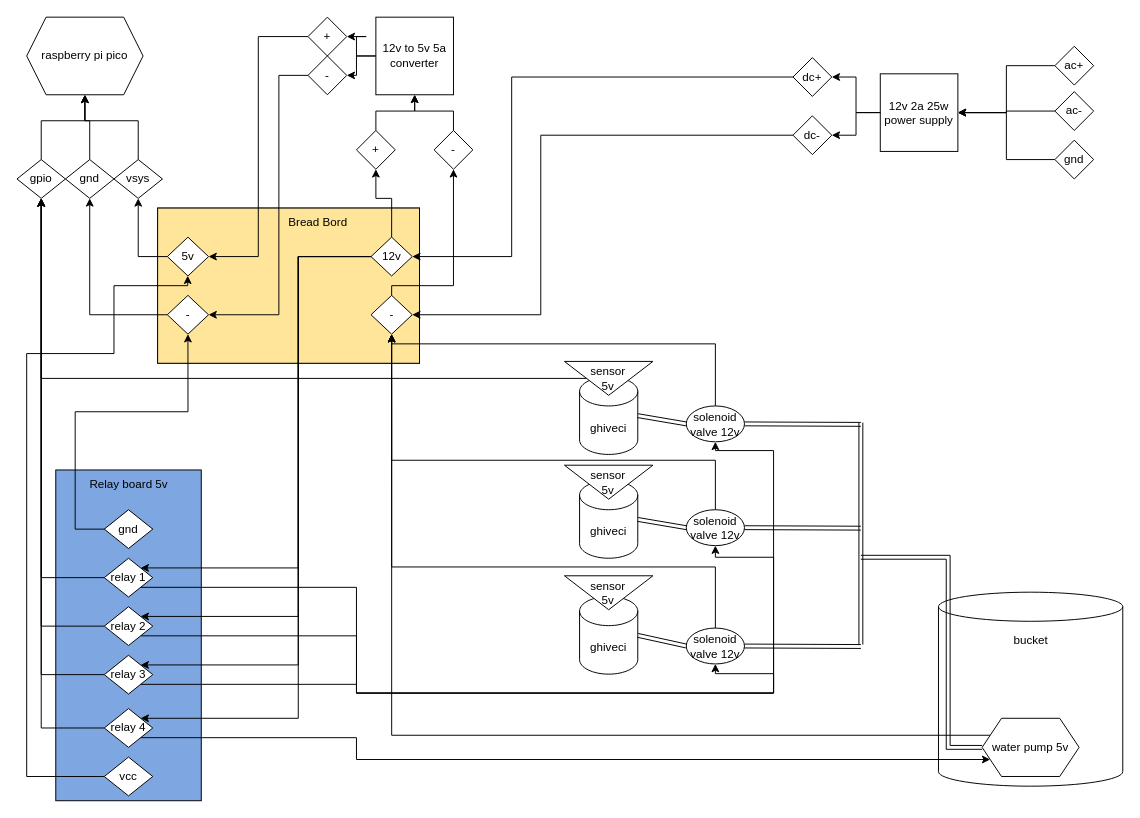
The draw.io diagram doc/diagram.drawio in floryn08/rpi-pico-watering-system, before the edit. Source tidied: cells renumbered, new cells numbered last; positions are measured from the earlier drawing's top-left corner, leaving out a move shared by most shapes. Both pictures are drawn from the tidied source at 97%, with x=0, y=0 at pixel (16, 16).
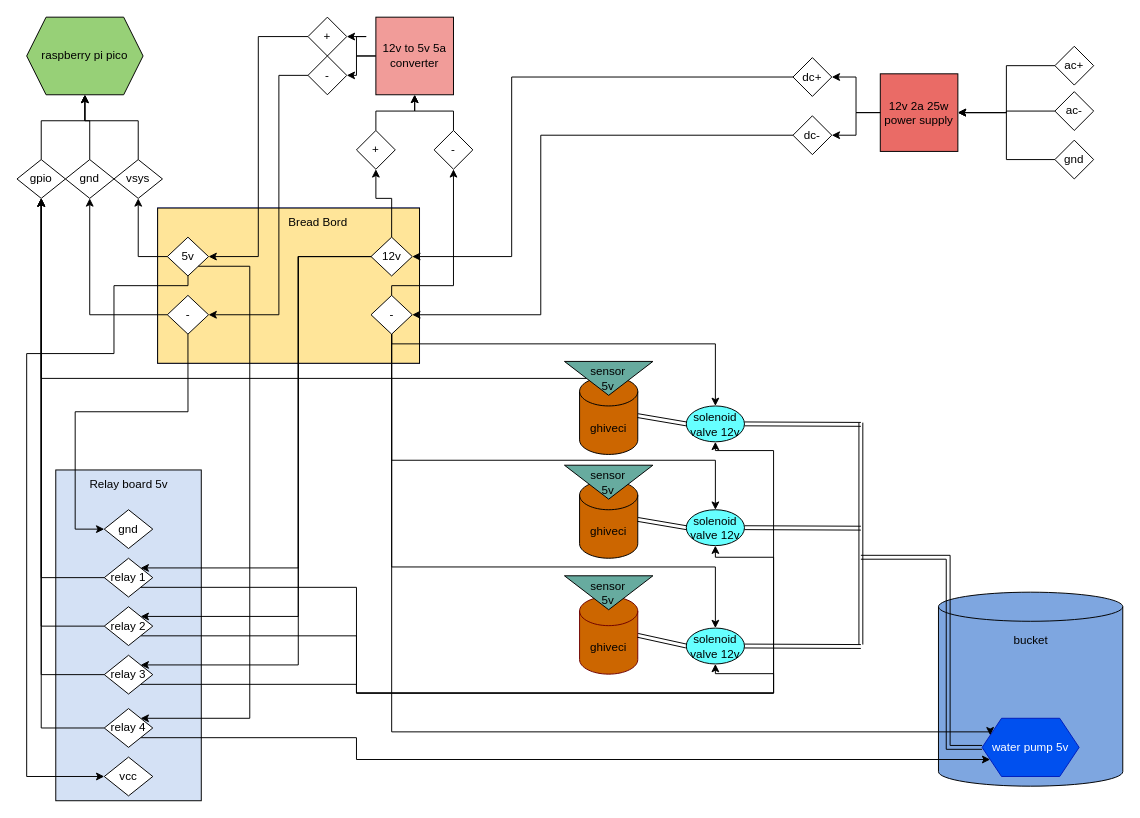
Above is the later version.

The change refers to these unchanged cells:
```xml
<mxCell id="5" value="5v" style="rhombus;whiteSpace=wrap;html=1;" parent="2" vertex="1">
  <mxGeometry x="10" y="30" width="42.5" height="40" as="geometry" />
</mxCell>
<mxCell id="6" value="-" style="rhombus;whiteSpace=wrap;html=1;" parent="2" vertex="1">
  <mxGeometry x="10" y="90" width="42.5" height="40" as="geometry" />
</mxCell>
<mxCell id="7" value="12v" style="rhombus;whiteSpace=wrap;html=1;" parent="2" vertex="1">
  <mxGeometry x="220" y="30" width="42.5" height="40" as="geometry" />
</mxCell>
<mxCell id="8" value="-" style="rhombus;whiteSpace=wrap;html=1;" parent="2" vertex="1">
  <mxGeometry x="220" y="90" width="42.5" height="40" as="geometry" />
</mxCell>
<mxCell id="26" value="relay 4" style="rhombus;whiteSpace=wrap;html=1;" parent="1" vertex="1">
  <mxGeometry x="90" y="713" width="50" height="40" as="geometry" />
</mxCell>
<mxCell id="39" value="gnd" style="rhombus;whiteSpace=wrap;html=1;" parent="1" vertex="1">
  <mxGeometry x="90" y="508" width="50" height="40" as="geometry" />
</mxCell>
<mxCell id="41" value="vcc" style="rhombus;whiteSpace=wrap;html=1;" parent="1" vertex="1">
  <mxGeometry x="90" y="763" width="50" height="40" as="geometry" />
</mxCell>
```

Change to the diagram source:
```diff
@@
-    <mxCell id="9" style="rounded=0;whiteSpace=wrap;html=1;fillColor=#7EA6E0;" parent="1" vertex="1">
+    <mxCell id="9" style="rounded=0;whiteSpace=wrap;html=1;fillColor=#D4E1F5;" parent="1" vertex="1">
       <mxGeometry x="40" y="467" width="150" height="341" as="geometry" />
     </mxCell>
-    <mxCell id="10" style="shape=cylinder3;whiteSpace=wrap;html=1;boundedLbl=1;backgroundOutline=1;size=15;" parent="1" vertex="1">
+    <mxCell id="10" style="shape=cylinder3;whiteSpace=wrap;html=1;boundedLbl=1;backgroundOutline=1;size=15;fillColor=#7EA6E0;" parent="1" vertex="1">
       <mxGeometry x="950" y="593" width="190" height="200" as="geometry" />
     </mxCell>
-    <mxCell id="11" style="edgeStyle=orthogonalEdgeStyle;rounded=0;jettySize=auto;html=1;exitX=0;exitY=0.25;exitDx=0;exitDy=0;entryX=0.5;entryY=1;entryDx=0;entryDy=0;" parent="1" edge="1" source="12" target="8">
-      <mxGeometry relative="1" as="geometry" />
-    </mxCell>
-    <mxCell id="12" value="water pump 5v" style="shape=hexagon;perimeter=hexagonPerimeter2;whiteSpace=wrap;html=1;fixedSize=1;" parent="1" vertex="1">
+    <mxCell id="12" value="water pump 5v" style="shape=hexagon;perimeter=hexagonPerimeter2;whiteSpace=wrap;html=1;fixedSize=1;fillColor=#0050ef;fontColor=#ffffff;strokeColor=#001DBC;" parent="1" vertex="1">
       <mxGeometry x="995" y="723" width="100" height="60" as="geometry" />
     </mxCell>
-    <mxCell id="13" style="edgeStyle=orthogonalEdgeStyle;rounded=0;jettySize=auto;html=1;entryX=0.5;entryY=1;entryDx=0;entryDy=0;exitX=0.5;exitY=0;exitDx=0;exitDy=0;" parent="1" edge="1" source="14" target="8">
-      <mxGeometry relative="1" as="geometry">
-        <Array as="points">
-          <mxPoint x="720" y="337" />
-          <mxPoint x="386" y="337" />
-        </Array>
-      </mxGeometry>
-    </mxCell>
-    <mxCell id="14" value="solenoid &lt;br&gt;valve 12v" style="ellipse;whiteSpace=wrap;html=1;" parent="1" vertex="1">
+    <mxCell id="14" value="solenoid &lt;br&gt;valve 12v" style="ellipse;whiteSpace=wrap;html=1;fillColor=#66FFFF;" parent="1" vertex="1">
       <mxGeometry x="690" y="401" width="60" height="37" as="geometry" />
     </mxCell>
@@
-    <mxCell id="27" value="ghiveci" style="shape=cylinder3;whiteSpace=wrap;html=1;boundedLbl=1;backgroundOutline=1;size=15;" parent="1" vertex="1">
+    <mxCell id="27" value="ghiveci" style="shape=cylinder3;whiteSpace=wrap;html=1;boundedLbl=1;backgroundOutline=1;size=15;fillColor=#CC6600;" parent="1" vertex="1">
       <mxGeometry x="580" y="371" width="60" height="80" as="geometry" />
     </mxCell>
@@
-    <mxCell id="29" value="sensor&lt;br&gt;5v" style="triangle;whiteSpace=wrap;html=1;rotation=90;horizontal=0;" parent="1" vertex="1">
+    <mxCell id="29" value="sensor&lt;br&gt;5v" style="triangle;whiteSpace=wrap;html=1;rotation=90;horizontal=0;fillColor=#67AB9F;" parent="1" vertex="1">
       <mxGeometry x="592.5" y="327" width="35" height="91.2" as="geometry" />
     </mxCell>
-    <mxCell id="30" value="ghiveci" style="shape=cylinder3;whiteSpace=wrap;html=1;boundedLbl=1;backgroundOutline=1;size=15;" parent="1" vertex="1">
+    <mxCell id="30" value="ghiveci" style="shape=cylinder3;whiteSpace=wrap;html=1;boundedLbl=1;backgroundOutline=1;size=15;fillColor=#CC6600;" parent="1" vertex="1">
       <mxGeometry x="580" y="478" width="60" height="80" as="geometry" />
     </mxCell>
-    <mxCell id="31" value="sensor&lt;br&gt;5v" style="triangle;whiteSpace=wrap;html=1;rotation=90;horizontal=0;" parent="1" vertex="1">
+    <mxCell id="31" value="sensor&lt;br&gt;5v" style="triangle;whiteSpace=wrap;html=1;rotation=90;horizontal=0;fillColor=#67AB9F;" parent="1" vertex="1">
       <mxGeometry x="592.5" y="434" width="35" height="91.2" as="geometry" />
     </mxCell>
-    <mxCell id="32" value="ghiveci" style="shape=cylinder3;whiteSpace=wrap;html=1;boundedLbl=1;backgroundOutline=1;size=15;" parent="1" vertex="1">
+    <mxCell id="32" value="ghiveci" style="shape=cylinder3;whiteSpace=wrap;html=1;boundedLbl=1;backgroundOutline=1;size=15;fillColor=#CC6600;fontColor=#000000;strokeColor=#6F0000;" parent="1" vertex="1">
       <mxGeometry x="580" y="597.5" width="60" height="80" as="geometry" />
     </mxCell>
-    <mxCell id="33" value="sensor&lt;br&gt;5v" style="triangle;whiteSpace=wrap;html=1;rotation=90;horizontal=0;" parent="1" vertex="1">
+    <mxCell id="33" value="sensor&lt;br&gt;5v" style="triangle;whiteSpace=wrap;html=1;rotation=90;horizontal=0;fillColor=#67AB9F;" parent="1" vertex="1">
       <mxGeometry x="592.5" y="548" width="35" height="91.2" as="geometry" />
     </mxCell>
-    <mxCell id="34" value="raspberry pi pico" style="shape=hexagon;perimeter=hexagonPerimeter2;whiteSpace=wrap;html=1;fixedSize=1;" parent="1" vertex="1">
+    <mxCell id="34" value="raspberry pi pico" style="shape=hexagon;perimeter=hexagonPerimeter2;whiteSpace=wrap;html=1;fixedSize=1;fillColor=#97D077;" parent="1" vertex="1">
       <mxGeometry x="10" y="0.2" width="120" height="80" as="geometry" />
     </mxCell>
@@
-    <mxCell id="37" value="12v to 5v 5a converter" style="whiteSpace=wrap;html=1;" parent="1" vertex="1">
+    <mxCell id="37" value="12v to 5v 5a converter" style="whiteSpace=wrap;html=1;fillColor=#F19C99;" parent="1" vertex="1">
       <mxGeometry x="370" y="0.2" width="80" height="80" as="geometry" />
     </mxCell>
-    <mxCell id="38" style="edgeStyle=orthogonalEdgeStyle;rounded=0;jettySize=auto;html=1;entryX=0.5;entryY=1;entryDx=0;entryDy=0;exitX=1;exitY=0.5;exitDx=0;exitDy=0;" parent="1" edge="1" source="39" target="6">
-      <mxGeometry relative="1" as="geometry">
-        <Array as="points">
-          <mxPoint x="60" y="528" />
-          <mxPoint x="60" y="407" />
-          <mxPoint x="176" y="407" />
-        </Array>
-      </mxGeometry>
-    </mxCell>
@@
-    <mxCell id="40" style="edgeStyle=orthogonalEdgeStyle;rounded=0;jettySize=auto;html=1;" parent="1" edge="1" source="41" target="5">
-      <mxGeometry relative="1" as="geometry">
-        <Array as="points">
-          <mxPoint x="10" y="783" />
-          <mxPoint x="10" y="347" />
-          <mxPoint x="100" y="347" />
-          <mxPoint x="100" y="277" />
-          <mxPoint x="176" y="277" />
-        </Array>
-      </mxGeometry>
-    </mxCell>
@@
-    <mxCell id="53" style="edgeStyle=orthogonalEdgeStyle;rounded=0;jettySize=auto;html=1;entryX=0.5;entryY=1;entryDx=0;entryDy=0;" parent="1" edge="1" source="54" target="8">
-      <mxGeometry relative="1" as="geometry">
-        <Array as="points">
-          <mxPoint x="720" y="457" />
-          <mxPoint x="386" y="457" />
-        </Array>
-      </mxGeometry>
-    </mxCell>
-    <mxCell id="54" value="solenoid&lt;br&gt;valve 12v" style="ellipse;whiteSpace=wrap;html=1;" parent="1" vertex="1">
+    <mxCell id="54" value="solenoid&lt;br&gt;valve 12v" style="ellipse;whiteSpace=wrap;html=1;fillColor=#66FFFF;" parent="1" vertex="1">
       <mxGeometry x="690" y="508" width="60" height="37" as="geometry" />
     </mxCell>
-    <mxCell id="55" style="edgeStyle=orthogonalEdgeStyle;rounded=0;jettySize=auto;html=1;entryX=0.5;entryY=1;entryDx=0;entryDy=0;" parent="1" edge="1" source="56" target="8">
-      <mxGeometry relative="1" as="geometry">
-        <Array as="points">
-          <mxPoint x="720" y="567" />
-          <mxPoint x="386" y="567" />
-        </Array>
-      </mxGeometry>
-    </mxCell>
-    <mxCell id="56" value="solenoid&lt;br&gt;valve 12v" style="ellipse;whiteSpace=wrap;html=1;" parent="1" vertex="1">
+    <mxCell id="56" value="solenoid&lt;br&gt;valve 12v" style="ellipse;whiteSpace=wrap;html=1;fillColor=#66FFFF;" parent="1" vertex="1">
       <mxGeometry x="690" y="630" width="60" height="37" as="geometry" />
     </mxCell>
@@
-    <mxCell id="66" value="12v 2a 25w power supply" style="whiteSpace=wrap;html=1;" parent="1" vertex="1">
+    <mxCell id="66" value="12v 2a 25w power supply" style="whiteSpace=wrap;html=1;fillColor=#EA6B66;" parent="1" vertex="1">
       <mxGeometry x="890" y="58.6" width="80" height="80" as="geometry" />
     </mxCell>
@@
-    <mxCell id="90" style="edgeStyle=orthogonalEdgeStyle;rounded=0;jettySize=auto;html=1;entryX=1;entryY=0;entryDx=0;entryDy=0;" parent="1" edge="1" source="7" target="26">
-      <mxGeometry relative="1" as="geometry">
-        <Array as="points">
-          <mxPoint x="290" y="247" />
-          <mxPoint x="290" y="723" />
-        </Array>
-      </mxGeometry>
-    </mxCell>
@@
+    <mxCell id="92" style="edgeStyle=orthogonalEdgeStyle;rounded=0;jettySize=auto;html=1;entryX=1;entryY=0;entryDx=0;entryDy=0;fontColor=#000000;exitX=1;exitY=1;exitDx=0;exitDy=0;" parent="1" edge="1" source="5" target="26">
+      <mxGeometry relative="1" as="geometry">
+        <Array as="points">
+          <mxPoint x="240" y="257" />
+          <mxPoint x="240" y="723" />
+        </Array>
+      </mxGeometry>
+    </mxCell>
+    <mxCell id="40" style="edgeStyle=orthogonalEdgeStyle;rounded=0;jettySize=auto;html=1;" parent="1" edge="1" source="5" target="41">
+      <mxGeometry relative="1" as="geometry">
+        <Array as="points">
+          <mxPoint x="176" y="277" />
+          <mxPoint x="100" y="277" />
+          <mxPoint x="100" y="347" />
+          <mxPoint x="10" y="347" />
+          <mxPoint x="10" y="783" />
+        </Array>
+      </mxGeometry>
+    </mxCell>
+    <mxCell id="38" style="edgeStyle=orthogonalEdgeStyle;rounded=0;jettySize=auto;html=1;exitX=0.5;exitY=1;exitDx=0;exitDy=0;entryX=0;entryY=0.5;entryDx=0;entryDy=0;" parent="1" edge="1" source="6" target="39">
+      <mxGeometry relative="1" as="geometry">
+        <Array as="points">
+          <mxPoint x="176" y="407" />
+          <mxPoint x="60" y="407" />
+          <mxPoint x="60" y="528" />
+        </Array>
+      </mxGeometry>
+    </mxCell>
+    <mxCell id="13" style="edgeStyle=orthogonalEdgeStyle;rounded=0;jettySize=auto;html=1;entryX=0.5;entryY=0;entryDx=0;entryDy=0;exitX=0.5;exitY=1;exitDx=0;exitDy=0;" parent="1" edge="1" source="8" target="14">
+      <mxGeometry relative="1" as="geometry">
+        <Array as="points">
+          <mxPoint x="386" y="337" />
+          <mxPoint x="720" y="337" />
+        </Array>
+      </mxGeometry>
+    </mxCell>
+    <mxCell id="53" style="edgeStyle=orthogonalEdgeStyle;rounded=0;jettySize=auto;html=1;exitX=0.5;exitY=1;exitDx=0;exitDy=0;" parent="1" edge="1" source="8" target="54">
+      <mxGeometry relative="1" as="geometry">
+        <Array as="points">
+          <mxPoint x="386" y="457" />
+          <mxPoint x="720" y="457" />
+        </Array>
+      </mxGeometry>
+    </mxCell>
+    <mxCell id="55" style="edgeStyle=orthogonalEdgeStyle;rounded=0;jettySize=auto;html=1;exitX=0.5;exitY=1;exitDx=0;exitDy=0;" parent="1" edge="1" source="8" target="56">
+      <mxGeometry relative="1" as="geometry">
+        <Array as="points">
+          <mxPoint x="386" y="567" />
+          <mxPoint x="720" y="567" />
+        </Array>
+      </mxGeometry>
+    </mxCell>
+    <mxCell id="11" style="edgeStyle=orthogonalEdgeStyle;rounded=0;jettySize=auto;html=1;exitX=0.5;exitY=1;exitDx=0;exitDy=0;entryX=0;entryY=0.25;entryDx=0;entryDy=0;" parent="1" edge="1" source="8" target="12">
+      <mxGeometry relative="1" as="geometry">
+        <Array as="points">
+          <mxPoint x="386" y="737" />
+          <mxPoint x="1003" y="737" />
+        </Array>
+      </mxGeometry>
+    </mxCell>
```
